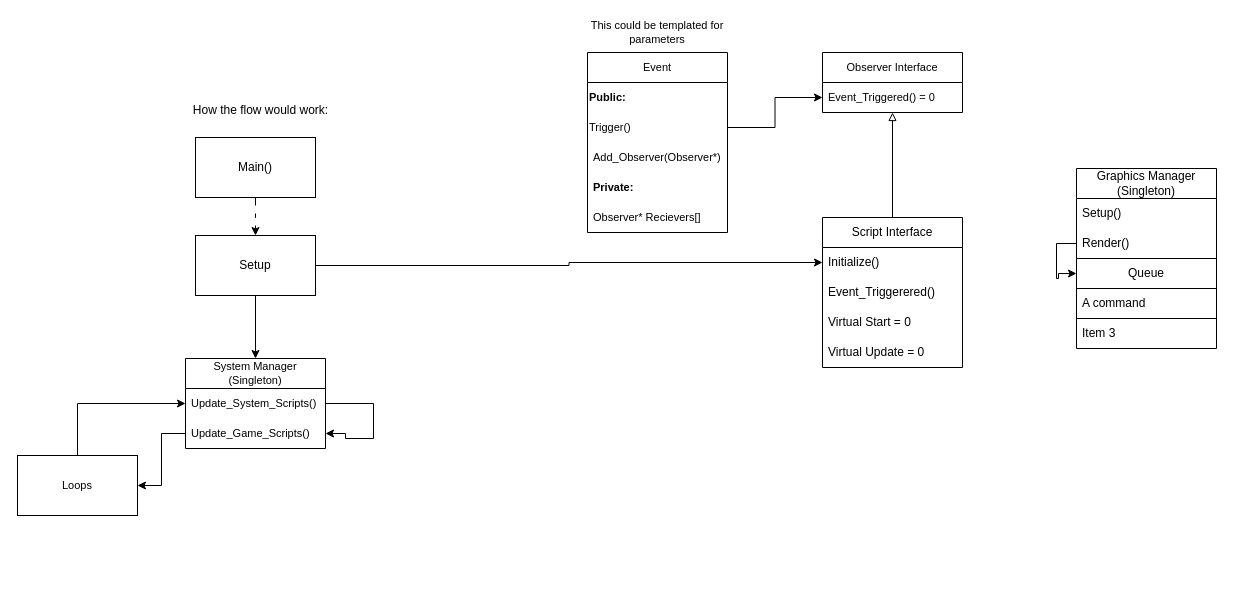
zorarkdouble8/Computer-Graphics-Playground keeps this draw.io diagram as Class diagram.drawio. Above is the earlier version. Source tidied: cells renumbered, new cells numbered last; positions are measured from the earlier drawing's top-left corner, leaving out a move shared by most shapes. Both pictures are drawn from the tidied source at 100%, with x=0, y=0 at pixel (17, 17).
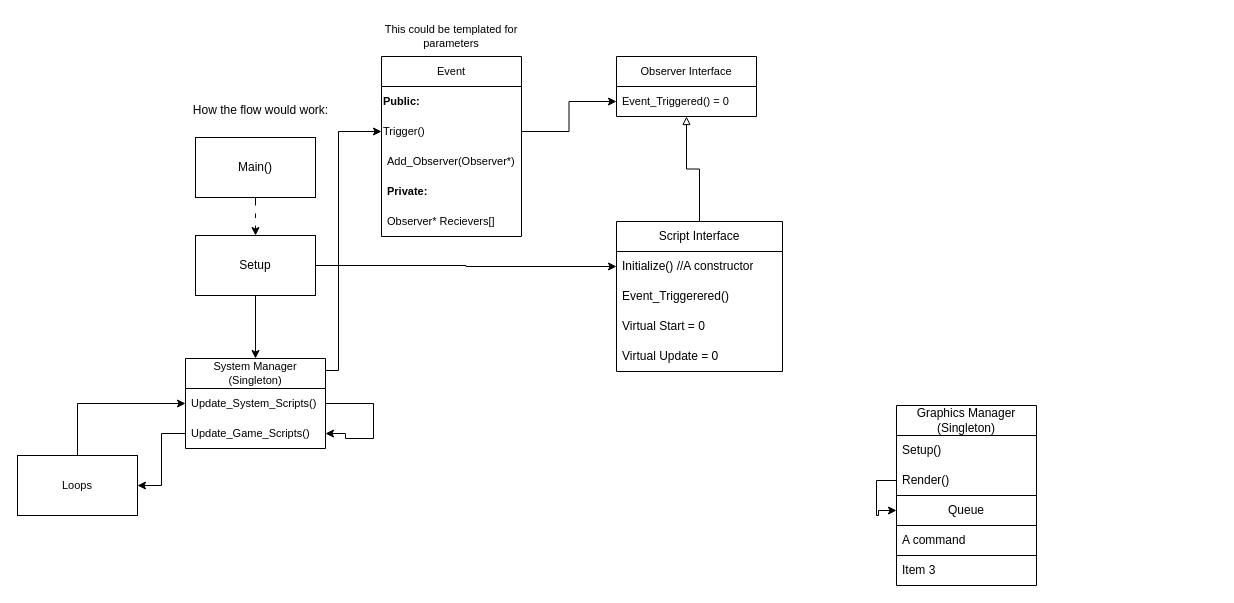
After the change.

Unchanged cells that the change refers to:
```xml
<mxCell id="21" value="System Manager&lt;div&gt;(Singleton)&lt;/div&gt;" style="swimlane;fontStyle=0;horizontal=1;startSize=30;whiteSpace=wrap;html=1;fontFamily=Helvetica;fontSize=11;fontColor=default;labelBackgroundColor=default;" parent="1" vertex="1">
  <mxGeometry x="168" y="341" width="140" height="90" as="geometry" />
</mxCell>
<mxCell id="29" value="Trigger()" style="text;html=1;align=left;verticalAlign=middle;whiteSpace=wrap;rounded=0;fontFamily=Helvetica;fontSize=11;fontColor=default;labelBackgroundColor=default;" parent="27" vertex="1">
  <mxGeometry y="60" width="140" height="30" as="geometry" />
</mxCell>
```

Change to the diagram source:
```diff
@@
     <mxCell id="2" value="Graphics Manager&lt;div&gt;(Singleton)&lt;/div&gt;" style="swimlane;fontStyle=0;horizontal=1;startSize=30;whiteSpace=wrap;html=1;" parent="1" vertex="1">
-      <mxGeometry x="1059" y="151" width="140" height="180" as="geometry" />
+      <mxGeometry x="879" y="388" width="140" height="180" as="geometry" />
     </mxCell>
@@
     <mxCell id="16" value="Script Interface" style="swimlane;fontStyle=0;horizontal=1;startSize=30;whiteSpace=wrap;html=1;" parent="1" vertex="1">
-      <mxGeometry x="805" y="200" width="140" height="150" as="geometry" />
+      <mxGeometry x="599" y="204" width="166" height="150" as="geometry" />
     </mxCell>
-    <mxCell id="17" value="Initialize()" style="text;strokeColor=none;fillColor=none;align=left;verticalAlign=middle;spacingLeft=4;spacingRight=4;overflow=hidden;points=[[0,0.5],[1,0.5]];portConstraint=eastwest;whiteSpace=wrap;html=1;" parent="16" vertex="1">
-      <mxGeometry y="30" width="140" height="30" as="geometry" />
+    <mxCell id="17" value="Initialize() //A constructor" style="text;strokeColor=none;fillColor=none;align=left;verticalAlign=middle;spacingLeft=4;spacingRight=4;overflow=hidden;points=[[0,0.5],[1,0.5]];portConstraint=eastwest;whiteSpace=wrap;html=1;" parent="16" vertex="1">
+      <mxGeometry y="30" width="166" height="30" as="geometry" />
     </mxCell>
     <mxCell id="18" value="Event_Triggerered()" style="text;strokeColor=none;fillColor=none;align=left;verticalAlign=middle;spacingLeft=4;spacingRight=4;overflow=hidden;whiteSpace=wrap;html=1;" parent="16" vertex="1">
-      <mxGeometry y="60" width="140" height="30" as="geometry" />
+      <mxGeometry y="60" width="166" height="30" as="geometry" />
     </mxCell>
     <mxCell id="19" value="Virtual Start = 0" style="text;strokeColor=none;fillColor=none;align=left;verticalAlign=middle;spacingLeft=4;spacingRight=4;overflow=hidden;whiteSpace=wrap;html=1;" parent="16" vertex="1">
-      <mxGeometry y="90" width="140" height="30" as="geometry" />
+      <mxGeometry y="90" width="166" height="30" as="geometry" />
     </mxCell>
     <mxCell id="20" value="Virtual Update = 0" style="text;strokeColor=none;fillColor=none;align=left;verticalAlign=middle;spacingLeft=4;spacingRight=4;overflow=hidden;whiteSpace=wrap;html=1;" parent="16" vertex="1">
-      <mxGeometry y="120" width="140" height="30" as="geometry" />
+      <mxGeometry y="120" width="166" height="30" as="geometry" />
     </mxCell>
+    <mxCell id="38" style="edgeStyle=orthogonalEdgeStyle;rounded=0;jettySize=auto;html=1;entryX=0;entryY=0.5;entryDx=0;entryDy=0;exitX=0.986;exitY=0.133;exitDx=0;exitDy=0;exitPerimeter=0;" parent="1" edge="1" source="21" target="29">
+      <mxGeometry relative="1" as="geometry">
+        <Array as="points">
+          <mxPoint x="321" y="353" />
+          <mxPoint x="321" y="114" />
+        </Array>
+      </mxGeometry>
+    </mxCell>
@@
     <mxCell id="25" value="Observer Interface" style="swimlane;fontStyle=0;horizontal=1;startSize=30;whiteSpace=wrap;html=1;fontFamily=Helvetica;fontSize=11;fontColor=default;labelBackgroundColor=default;" parent="1" vertex="1">
-      <mxGeometry x="805" y="35" width="140" height="60" as="geometry" />
+      <mxGeometry x="599" y="39" width="140" height="60" as="geometry" />
     </mxCell>
@@
     <mxCell id="27" value="Event" style="swimlane;fontStyle=0;horizontal=1;startSize=30;whiteSpace=wrap;html=1;fontFamily=Helvetica;fontSize=11;fontColor=default;labelBackgroundColor=default;" parent="1" vertex="1">
-      <mxGeometry x="570" y="35" width="140" height="180" as="geometry" />
+      <mxGeometry x="364" y="39" width="140" height="180" as="geometry" />
     </mxCell>
@@
     <mxCell id="33" value="This could be templated for parameters" style="text;html=1;align=center;verticalAlign=middle;whiteSpace=wrap;rounded=0;fontFamily=Helvetica;fontSize=11;fontColor=default;labelBackgroundColor=default;" parent="1" vertex="1">
-      <mxGeometry x="565" width="150" height="30" as="geometry" />
+      <mxGeometry x="359" y="4" width="150" height="30" as="geometry" />
     </mxCell>
```
